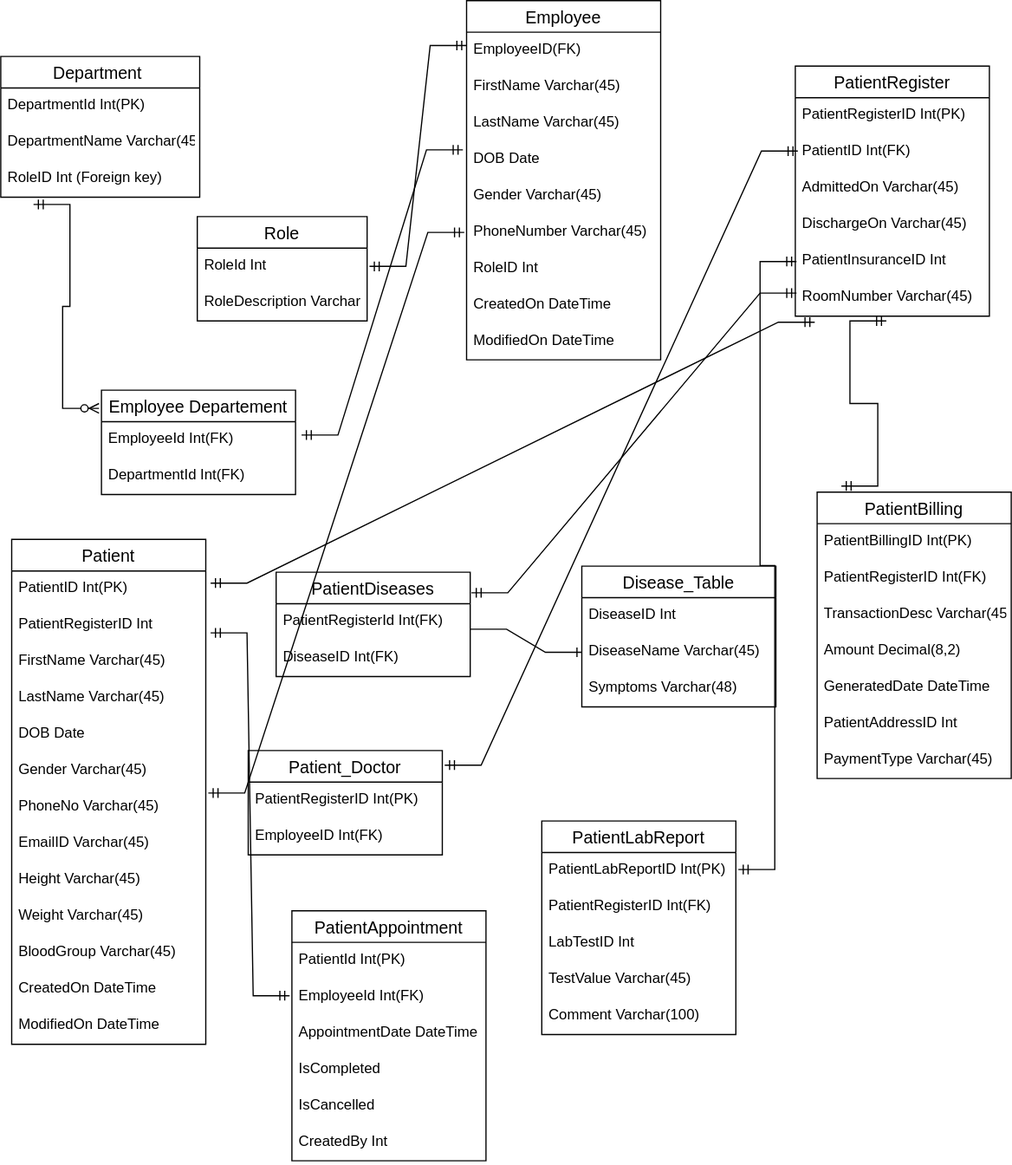
This is Hospital Management System/Hospital Management System.drawio.svg from Mahima-01/Training-Repository, a draw.io export, as it was before one commit. Source tidied: cells renumbered, new cells last; positions are measured from the earlier drawing's top-left corner, leaving out a move shared by most shapes.
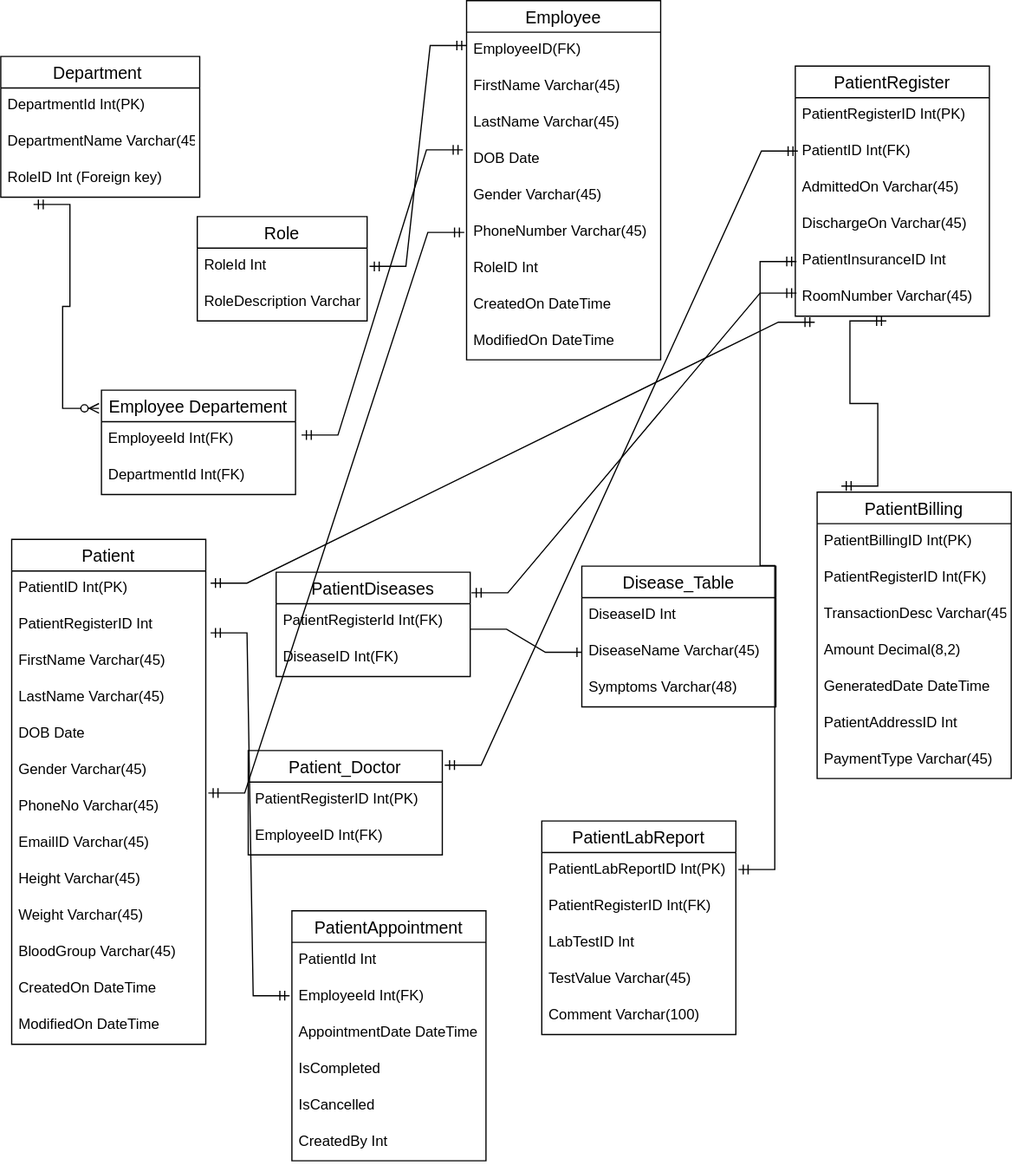
The same diagram one commit later.

Commit message:
Establishing Relationships with Tables

Diff of the diagram source:
```diff
@@ -239,7 +239,7 @@
     <mxCell id="77" value="PatientAppointment" style="swimlane;fontStyle=0;horizontal=1;startSize=26;align=center;fontSize=14;" parent="1" vertex="1">
       <mxGeometry x="240" y="750" width="160" height="206" as="geometry" />
     </mxCell>
-    <mxCell id="78" value="PatientId Int(PK)" style="text;strokeColor=none;fillColor=none;spacingLeft=4;spacingRight=4;overflow=hidden;fontSize=12;" parent="77" vertex="1">
+    <mxCell id="78" value="PatientId Int" style="text;strokeColor=none;fillColor=none;spacingLeft=4;spacingRight=4;overflow=hidden;fontSize=12;" parent="77" vertex="1">
       <mxGeometry y="26" width="160" height="30" as="geometry" />
     </mxCell>
     <mxCell id="79" value="EmployeeId Int(FK)" style="text;strokeColor=none;fillColor=none;spacingLeft=4;spacingRight=4;overflow=hidden;points=[[0,0.5],[1,0.5]];portConstraint=eastwest;fontSize=12;" parent="77" vertex="1">
```
